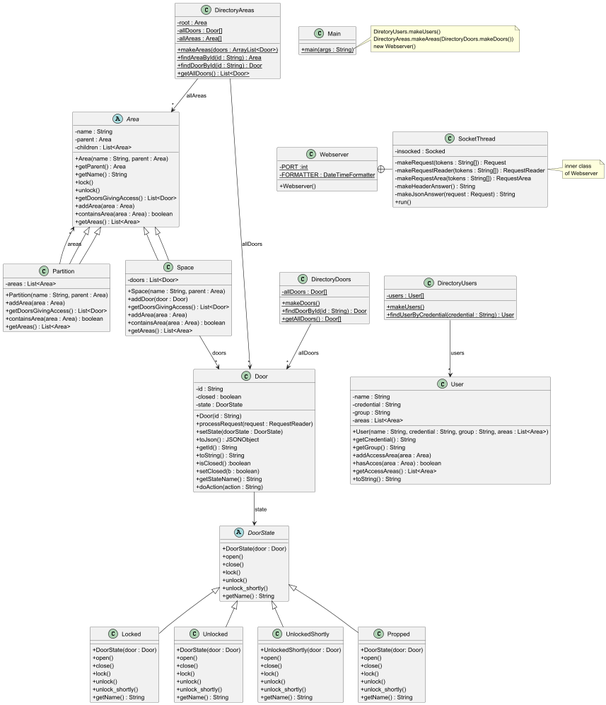
Before: out/production/access_control_system/baseNoStates/uml/base_no_states.png, a diagram exported from PlantUML (ppugibetm/access_control_system).
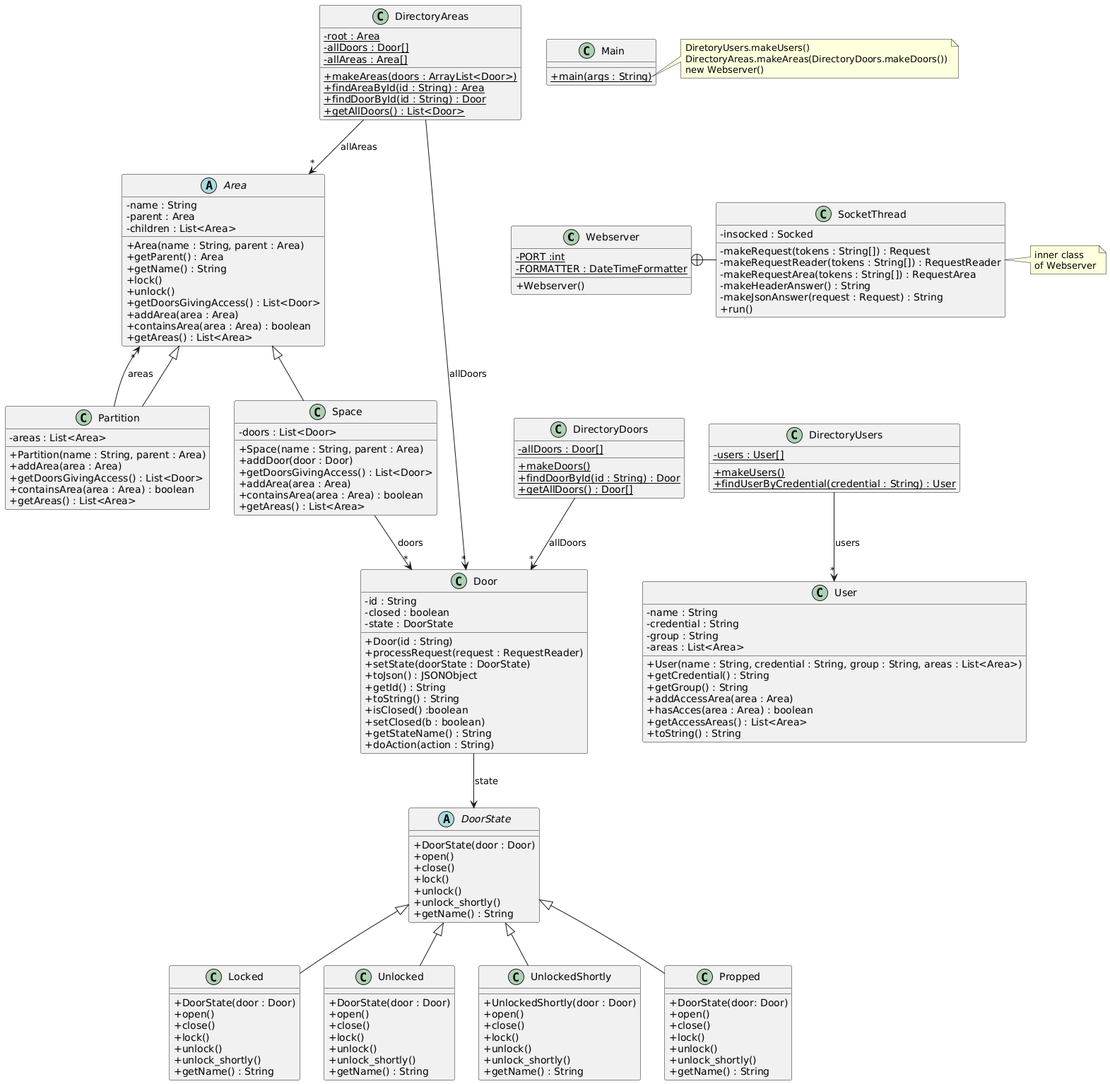
After the change.

Diff of the diagram source:
```diff
@@ -175,9 +175,6 @@
     + getAreas() : List<Area>
 }
 
-Area <|-- Partition
-Area <|-- Space
-
 Partition --> "*" Area : "areas"
 Space --> "*" Door : "doors"
 
```
